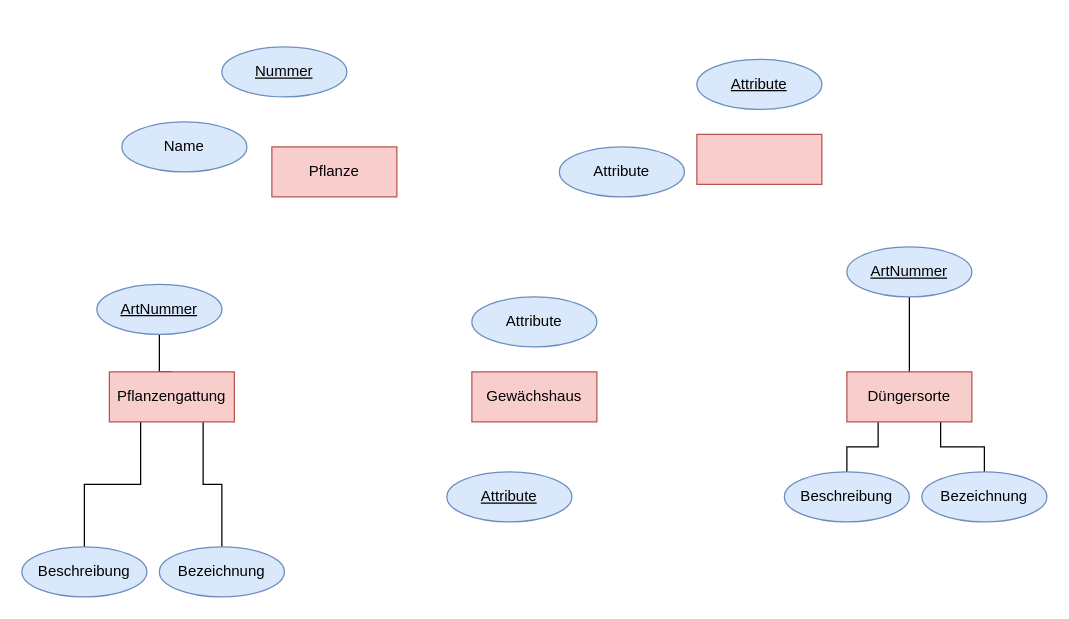
mesh98a/Datenbank keeps this draw.io diagram as Blatt3Aufagbe3.drawio. Above is the earlier version. Source tidied: cells renumbered, new cells numbered last; positions are measured from the earlier drawing's top-left corner, leaving out a move shared by most shapes. Both pictures are drawn from the tidied source at 125%, with x=0, y=0 at pixel (21, 46).
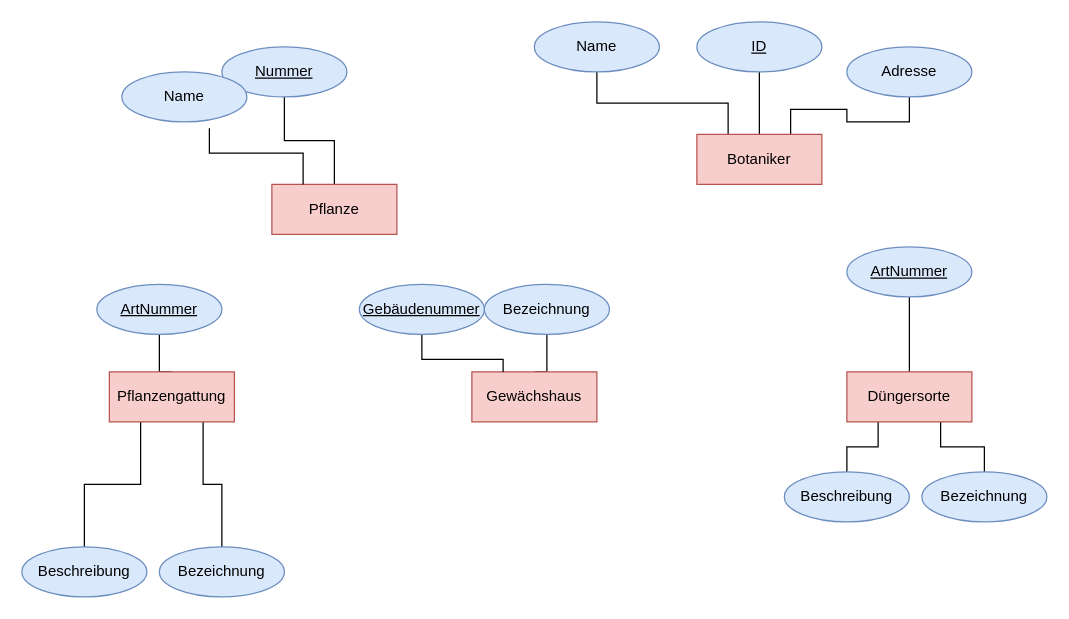
After the change.

The change refers to these unchanged cells:
```xml
<mxCell id="11" value="Gewächshaus" style="whiteSpace=wrap;html=1;align=center;fillColor=#f8cecc;strokeColor=#b85450;" parent="1" vertex="1">
  <mxGeometry x="360" y="260" width="100" height="40" as="geometry" />
</mxCell>
<mxCell id="14" value="Nummer" style="ellipse;whiteSpace=wrap;html=1;align=center;fontStyle=4;fillColor=#dae8fc;strokeColor=#6c8ebf;" parent="1" vertex="1">
  <mxGeometry x="160" width="100" height="40" as="geometry" />
</mxCell>
```

Change to the diagram source:
```diff
@@
+    <mxCell id="25" style="edgeStyle=orthogonalEdgeStyle;rounded=0;jettySize=auto;html=1;exitX=0.5;exitY=0;exitDx=0;exitDy=0;entryX=0.5;entryY=1;entryDx=0;entryDy=0;strokeColor=default;align=center;verticalAlign=middle;fontFamily=Helvetica;fontSize=11;fontColor=default;labelBackgroundColor=default;endArrow=none;endFill=0;" parent="1" edge="1" source="2" target="14">
+      <mxGeometry relative="1" as="geometry" />
+    </mxCell>
     <mxCell id="2" value="Pflanze" style="whiteSpace=wrap;html=1;align=center;fillColor=#f8cecc;strokeColor=#b85450;" parent="1" vertex="1">
-      <mxGeometry x="200" y="80" width="100" height="40" as="geometry" />
+      <mxGeometry x="200" y="110" width="100" height="40" as="geometry" />
     </mxCell>
@@
+    <mxCell id="26" style="edgeStyle=orthogonalEdgeStyle;rounded=0;jettySize=auto;html=1;exitX=0.5;exitY=0;exitDx=0;exitDy=0;entryX=0.5;entryY=1;entryDx=0;entryDy=0;strokeColor=default;align=center;verticalAlign=middle;fontFamily=Helvetica;fontSize=11;fontColor=default;labelBackgroundColor=default;endArrow=none;endFill=0;" parent="1" edge="1" source="11" target="18">
+      <mxGeometry relative="1" as="geometry" />
+    </mxCell>
@@
+    <mxCell id="27" style="edgeStyle=orthogonalEdgeStyle;rounded=0;jettySize=auto;html=1;exitX=0.5;exitY=0;exitDx=0;exitDy=0;entryX=0.5;entryY=1;entryDx=0;entryDy=0;strokeColor=default;align=center;verticalAlign=middle;fontFamily=Helvetica;fontSize=11;fontColor=default;labelBackgroundColor=default;endArrow=none;endFill=0;" parent="1" edge="1" source="12" target="16">
+      <mxGeometry relative="1" as="geometry" />
+    </mxCell>
+    <mxCell id="28" style="edgeStyle=orthogonalEdgeStyle;rounded=0;jettySize=auto;html=1;exitX=0.75;exitY=0;exitDx=0;exitDy=0;entryX=0.5;entryY=1;entryDx=0;entryDy=0;strokeColor=default;align=center;verticalAlign=middle;fontFamily=Helvetica;fontSize=11;fontColor=default;labelBackgroundColor=default;endArrow=none;endFill=0;" parent="1" edge="1" source="12" target="17">
+      <mxGeometry relative="1" as="geometry" />
+    </mxCell>
+    <mxCell id="29" style="edgeStyle=orthogonalEdgeStyle;rounded=0;jettySize=auto;html=1;exitX=0.25;exitY=0;exitDx=0;exitDy=0;entryX=0.5;entryY=1;entryDx=0;entryDy=0;strokeColor=default;align=center;verticalAlign=middle;fontFamily=Helvetica;fontSize=11;fontColor=default;labelBackgroundColor=default;endArrow=none;endFill=0;" parent="1" edge="1" source="12" target="31">
+      <mxGeometry relative="1" as="geometry" />
+    </mxCell>
-    <mxCell id="12" style="whiteSpace=wrap;html=1;align=center;fillColor=#f8cecc;strokeColor=#b85450;" parent="1" vertex="1">
+    <mxCell id="12" value="Botaniker" style="whiteSpace=wrap;html=1;align=center;fillColor=#f8cecc;strokeColor=#b85450;" parent="1" vertex="1">
       <mxGeometry x="540" y="70" width="100" height="40" as="geometry" />
     </mxCell>
+    <mxCell id="30" style="edgeStyle=orthogonalEdgeStyle;rounded=0;jettySize=auto;html=1;exitX=0.5;exitY=1;exitDx=0;exitDy=0;entryX=0.25;entryY=0;entryDx=0;entryDy=0;strokeColor=default;align=center;verticalAlign=middle;fontFamily=Helvetica;fontSize=11;fontColor=default;labelBackgroundColor=default;endArrow=none;endFill=0;" parent="1" edge="1" source="13" target="11">
+      <mxGeometry relative="1" as="geometry" />
+    </mxCell>
-    <mxCell id="13" value="Attribute" style="ellipse;whiteSpace=wrap;html=1;align=center;fontStyle=4;fillColor=#dae8fc;strokeColor=#6c8ebf;" parent="1" vertex="1">
-      <mxGeometry x="340" y="340" width="100" height="40" as="geometry" />
+    <mxCell id="13" value="Gebäudenummer" style="ellipse;whiteSpace=wrap;html=1;align=center;fontStyle=4;fillColor=#dae8fc;strokeColor=#6c8ebf;" parent="1" vertex="1">
+      <mxGeometry x="270" y="190" width="100" height="40" as="geometry" />
     </mxCell>
@@
-    <mxCell id="16" value="Attribute" style="ellipse;whiteSpace=wrap;html=1;align=center;fontStyle=4;fillColor=#dae8fc;strokeColor=#6c8ebf;" parent="1" vertex="1">
-      <mxGeometry x="540" y="10" width="100" height="40" as="geometry" />
+    <mxCell id="16" value="ID" style="ellipse;whiteSpace=wrap;html=1;align=center;fontStyle=4;fillColor=#dae8fc;strokeColor=#6c8ebf;" parent="1" vertex="1">
+      <mxGeometry x="540" y="-20" width="100" height="40" as="geometry" />
     </mxCell>
-    <mxCell id="17" value="Attribute" style="ellipse;whiteSpace=wrap;html=1;align=center;fillColor=#dae8fc;strokeColor=#6c8ebf;" parent="1" vertex="1">
-      <mxGeometry x="430" y="80" width="100" height="40" as="geometry" />
+    <mxCell id="17" value="Adresse" style="ellipse;whiteSpace=wrap;html=1;align=center;fillColor=#dae8fc;strokeColor=#6c8ebf;" parent="1" vertex="1">
+      <mxGeometry x="660" width="100" height="40" as="geometry" />
     </mxCell>
-    <mxCell id="18" value="Attribute" style="ellipse;whiteSpace=wrap;html=1;align=center;fillColor=#dae8fc;strokeColor=#6c8ebf;" parent="1" vertex="1">
-      <mxGeometry x="360" y="200" width="100" height="40" as="geometry" />
+    <mxCell id="18" value="Bezeichnung" style="ellipse;whiteSpace=wrap;html=1;align=center;fillColor=#dae8fc;strokeColor=#6c8ebf;" parent="1" vertex="1">
+      <mxGeometry x="370" y="190" width="100" height="40" as="geometry" />
     </mxCell>
     <mxCell id="19" value="Name" style="ellipse;whiteSpace=wrap;html=1;align=center;fillColor=#dae8fc;strokeColor=#6c8ebf;" parent="1" vertex="1">
-      <mxGeometry x="80" y="60" width="100" height="40" as="geometry" />
+      <mxGeometry x="80" y="20" width="100" height="40" as="geometry" />
     </mxCell>
@@
+    <mxCell id="31" value="Name" style="ellipse;whiteSpace=wrap;html=1;align=center;fillColor=#dae8fc;strokeColor=#6c8ebf;" parent="1" vertex="1">
+      <mxGeometry x="410" y="-20" width="100" height="40" as="geometry" />
+    </mxCell>
+    <mxCell id="32" style="edgeStyle=orthogonalEdgeStyle;rounded=0;jettySize=auto;html=1;exitX=0.25;exitY=0;exitDx=0;exitDy=0;entryX=0.7;entryY=1.125;entryDx=0;entryDy=0;entryPerimeter=0;strokeColor=default;align=center;verticalAlign=middle;fontFamily=Helvetica;fontSize=11;fontColor=default;labelBackgroundColor=default;endArrow=none;endFill=0;" parent="1" edge="1" source="2" target="19">
+      <mxGeometry relative="1" as="geometry" />
+    </mxCell>
```
